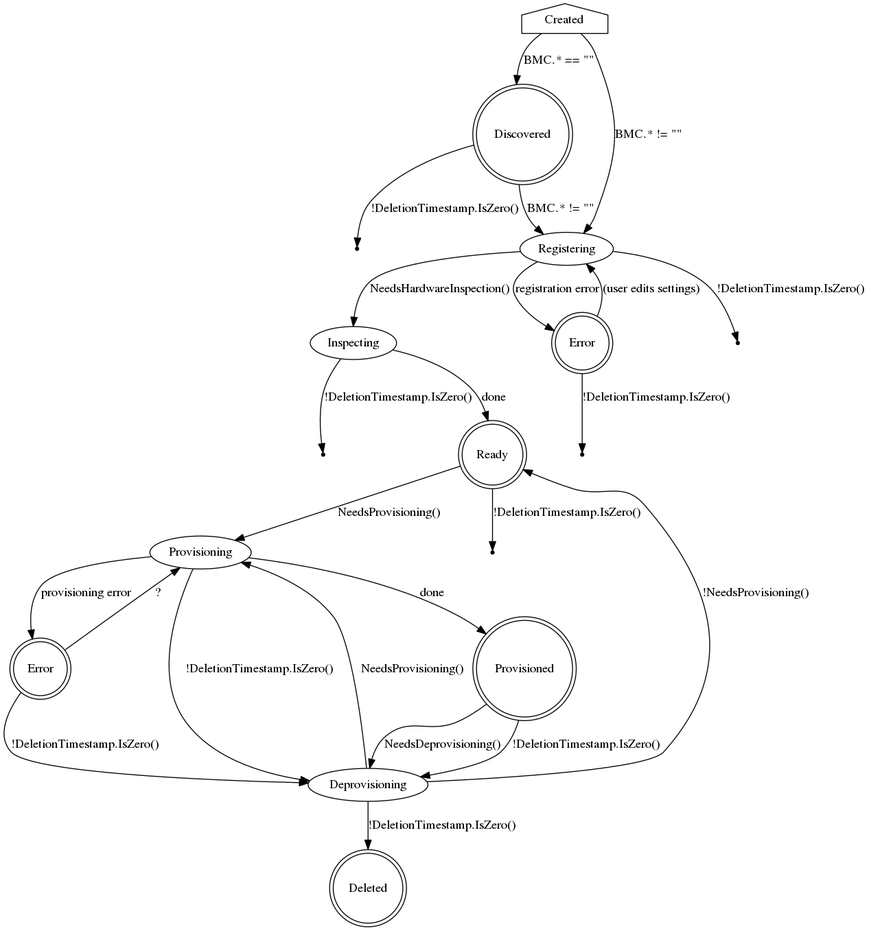
Earlier version of the Graphviz export docs/BaremetalHost_ProvisioningState.png (metal3-io/baremetal-operator). Its source is kept beside it as docs/BaremetalHost_ProvisioningState.dot.
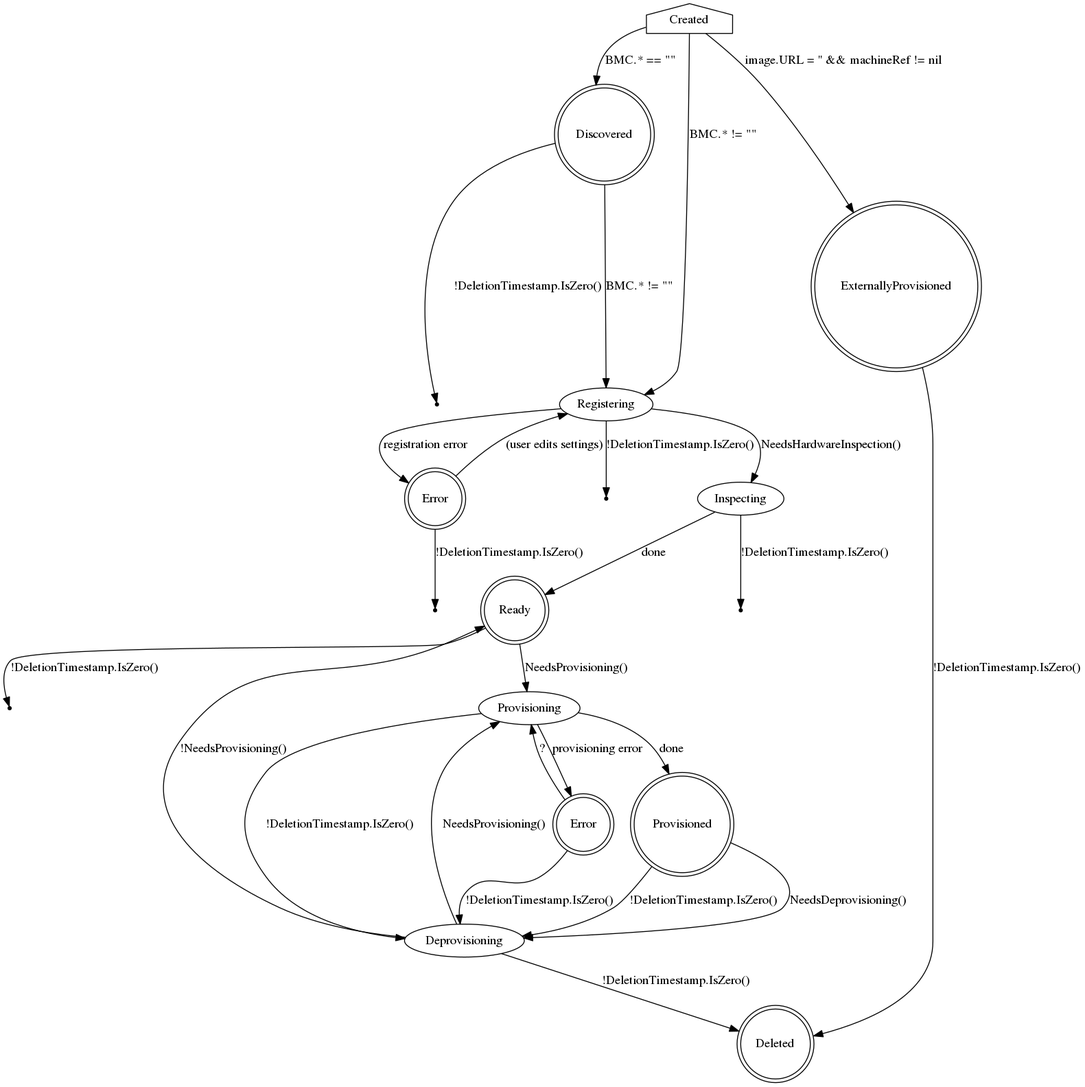
Later version of the same file.

Commit message:
add ExternallyProvisioned state to documentation

What changed in the source:
```diff
@@ -2,6 +2,7 @@
     Created [shape=house]
     Created -> Discovered [label="BMC.* == \"\""]
     Created -> Registering [label="BMC.* != \"\""]
+    Created -> ExternallyProvisioned [label="image.URL = '' && machineRef != nil"]
 
     Discovered [shape=doublecircle]
     Discovered -> Registering [label="BMC.* != \"\""]
@@ -44,6 +45,9 @@
     Provisioned -> Deprovisioning [label="NeedsDeprovisioning()"]
     Provisioned -> Deprovisioning [label="!DeletionTimestamp.IsZero()"]
 
+    ExternallyProvisioned [shape=doublecircle]
+    ExternallyProvisioned -> Deleted [label="!DeletionTimestamp.IsZero()"]
+
     Deprovisioning -> Provisioning [label="NeedsProvisioning()"]
     Deprovisioning -> Ready [label="!NeedsProvisioning()"]
     Deprovisioning -> Deleted [label="!DeletionTimestamp.IsZero()"]
```
